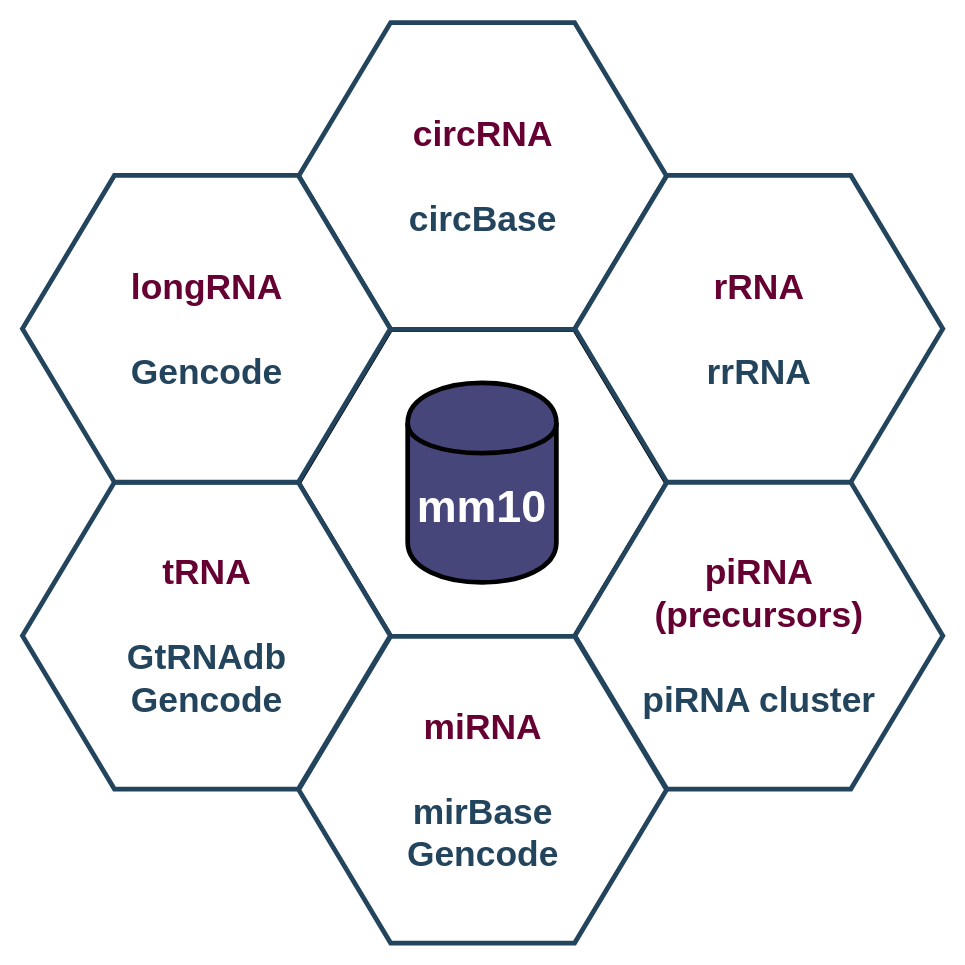
Above: references/posterBC2/draw.io/database.drawio in shortRNAhub/shortRNA (draw.io), before the change. Source tidied: cells renumbered, new cells numbered last; positions are measured from the earlier drawing's top-left corner, leaving out a move shared by most shapes. Both pictures are drawn from the tidied source at 118%, with x=0, y=0 at pixel (21, 22).
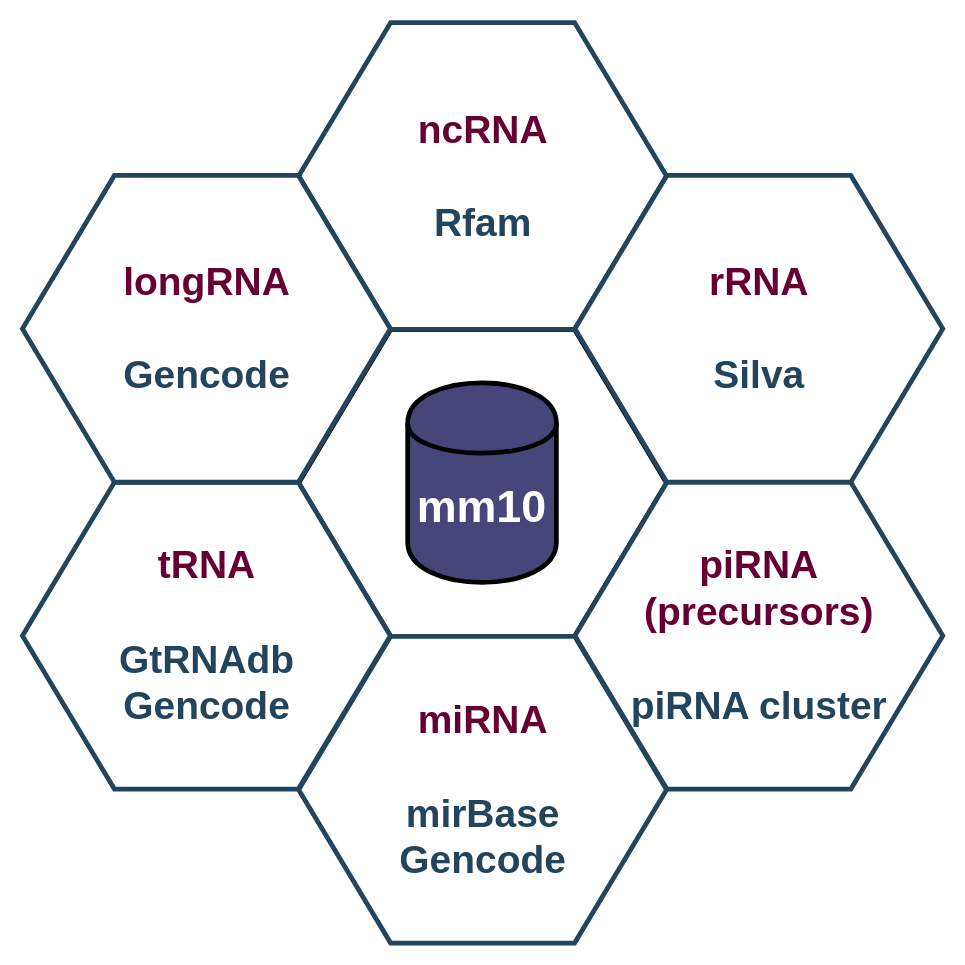
The same page after the edit.

The edit, as a diff of the source:
```diff
@@
 <mxGraphModel background="#ffffff">
   <root>
     <mxCell id="0" />
     <mxCell id="1" parent="0" />
-    <mxCell id="2" style="shape=hexagon;perimeter=hexagonPerimeter2;whiteSpace=wrap;html=1;shadow=0;labelBackgroundColor=none;fontFamily=Helvetica;fontSize=28;align=center;strokeWidth=4;fontStyle=1;" parent="1" vertex="1">
+    <mxCell id="2" style="shape=hexagon;perimeter=hexagonPerimeter2;whiteSpace=wrap;html=1;shadow=0;labelBackgroundColor=none;fontFamily=Helvetica;fontSize=33;align=center;strokeWidth=4;fontStyle=1;" parent="1" vertex="1">
       <mxGeometry x="234.6" y="259.8" width="311.8" height="259.9" as="geometry" />
     </mxCell>
-    <mxCell id="3" style="triangle;whiteSpace=wrap;html=1;shadow=0;labelBackgroundColor=none;strokeColor=none;fillColor=#FFFFFF;fontFamily=Helvetica;fontSize=28;fontColor=#23445d;align=center;rotation=90;gradientColor=none;flipV=1;flipH=1;opacity=20;strokeWidth=4;fontStyle=1;" parent="1" vertex="1">
+    <mxCell id="3" style="triangle;whiteSpace=wrap;html=1;shadow=0;labelBackgroundColor=none;strokeColor=none;fillColor=#FFFFFF;fontFamily=Helvetica;fontSize=33;fontColor=#23445d;align=center;rotation=90;gradientColor=none;flipV=1;flipH=1;opacity=20;strokeWidth=4;fontStyle=1;" parent="1" vertex="1">
       <mxGeometry x="115.5" y="277.7" width="72" height="152" as="geometry" />
     </mxCell>
-    <mxCell id="4" value="&lt;font style=&quot;font-size: 30px;&quot;&gt;&lt;font color=&quot;#660033&quot; style=&quot;font-size: 30px;&quot;&gt;circRNA&lt;/font&gt;&lt;br style=&quot;font-size: 30px;&quot;&gt;&lt;br style=&quot;font-size: 30px;&quot;&gt;circBase&lt;br style=&quot;font-size: 30px;&quot;&gt;&lt;/font&gt;" style="shape=hexagon;perimeter=hexagonPerimeter2;whiteSpace=wrap;html=1;shadow=0;labelBackgroundColor=none;strokeColor=#23445D;fillColor=#ffffff;gradientColor=none;fontFamily=Helvetica;fontSize=30;fontColor=#23445D;align=center;strokeWidth=4;fontStyle=1;" parent="1" vertex="1">
+    <mxCell id="4" value="&lt;font style=&quot;font-size: 33px;&quot;&gt;&lt;font color=&quot;#660033&quot; style=&quot;font-size: 33px;&quot;&gt;ncRNA&lt;/font&gt;&lt;br style=&quot;font-size: 33px;&quot;&gt;&lt;br style=&quot;font-size: 33px;&quot;&gt;Rfam&lt;br style=&quot;font-size: 33px;&quot;&gt;&lt;/font&gt;" style="shape=hexagon;perimeter=hexagonPerimeter2;whiteSpace=wrap;html=1;shadow=0;labelBackgroundColor=none;strokeColor=#23445D;fillColor=#ffffff;gradientColor=none;fontFamily=Helvetica;fontSize=33;fontColor=#23445D;align=center;strokeWidth=4;fontStyle=1;" parent="1" vertex="1">
       <mxGeometry x="234.6" y="-0.3" width="311.8" height="259.9" as="geometry" />
     </mxCell>
-    <mxCell id="5" value="&lt;font style=&quot;font-size: 30px;&quot;&gt;&lt;font color=&quot;#660033&quot; style=&quot;font-size: 30px;&quot;&gt;rRNA&lt;/font&gt;&lt;br style=&quot;font-size: 30px;&quot;&gt;&lt;br style=&quot;font-size: 30px;&quot;&gt;rrRNA&lt;br style=&quot;font-size: 30px;&quot;&gt;&lt;/font&gt;" style="shape=hexagon;perimeter=hexagonPerimeter2;whiteSpace=wrap;html=1;shadow=0;labelBackgroundColor=none;strokeColor=#23445D;fillColor=#FFFFFF;gradientColor=none;fontFamily=Helvetica;fontSize=30;fontColor=#23445d;align=center;strokeWidth=4;fontStyle=1;" parent="1" vertex="1">
+    <mxCell id="5" value="&lt;font style=&quot;font-size: 33px;&quot;&gt;&lt;font color=&quot;#660033&quot; style=&quot;font-size: 33px;&quot;&gt;rRNA&lt;/font&gt;&lt;br style=&quot;font-size: 33px;&quot;&gt;&lt;br style=&quot;font-size: 33px;&quot;&gt;Silva&lt;br style=&quot;font-size: 33px;&quot;&gt;&lt;/font&gt;" style="shape=hexagon;perimeter=hexagonPerimeter2;whiteSpace=wrap;html=1;shadow=0;labelBackgroundColor=none;strokeColor=#23445D;fillColor=#FFFFFF;gradientColor=none;fontFamily=Helvetica;fontSize=33;fontColor=#23445d;align=center;strokeWidth=4;fontStyle=1;" parent="1" vertex="1">
       <mxGeometry x="468.7" y="129.2" width="311.8" height="259.9" as="geometry" />
     </mxCell>
-    <mxCell id="6" value="&lt;font style=&quot;font-size: 30px&quot;&gt;&lt;font color=&quot;#660033&quot; style=&quot;font-size: 30px&quot;&gt;piRNA &lt;br&gt;(precursors)&lt;/font&gt;&lt;br style=&quot;font-size: 30px&quot;&gt;&lt;br style=&quot;font-size: 30px&quot;&gt;piRNA cluster&lt;br style=&quot;font-size: 30px&quot;&gt;&lt;/font&gt;" style="shape=hexagon;perimeter=hexagonPerimeter2;whiteSpace=wrap;html=1;shadow=0;labelBackgroundColor=none;strokeColor=#23445D;fillColor=#FFFFFF;gradientColor=none;fontFamily=Helvetica;fontSize=30;fontColor=#23445d;align=center;strokeWidth=4;fontStyle=1;" parent="1" vertex="1">
+    <mxCell id="6" value="&lt;font style=&quot;font-size: 33px;&quot;&gt;&lt;font color=&quot;#660033&quot; style=&quot;font-size: 33px;&quot;&gt;piRNA &lt;br style=&quot;font-size: 33px;&quot;&gt;(precursors)&lt;/font&gt;&lt;br style=&quot;font-size: 33px;&quot;&gt;&lt;br style=&quot;font-size: 33px;&quot;&gt;piRNA cluster&lt;br style=&quot;font-size: 33px;&quot;&gt;&lt;/font&gt;" style="shape=hexagon;perimeter=hexagonPerimeter2;whiteSpace=wrap;html=1;shadow=0;labelBackgroundColor=none;strokeColor=#23445D;fillColor=#FFFFFF;gradientColor=none;fontFamily=Helvetica;fontSize=33;fontColor=#23445d;align=center;strokeWidth=4;fontStyle=1;" parent="1" vertex="1">
       <mxGeometry x="468.7" y="389.3" width="311.8" height="259.9" as="geometry" />
     </mxCell>
-    <mxCell id="7" value="&lt;font color=&quot;#660033&quot; style=&quot;font-size: 30px;&quot;&gt;miRNA&lt;br style=&quot;font-size: 30px;&quot;&gt;&lt;/font&gt;&lt;br style=&quot;font-size: 30px;&quot;&gt;mirBase&lt;br style=&quot;font-size: 30px;&quot;&gt;Gencode" style="shape=hexagon;perimeter=hexagonPerimeter2;whiteSpace=wrap;html=1;shadow=0;labelBackgroundColor=none;strokeColor=#23445D;fillColor=#FFFFFF;gradientColor=none;fontFamily=Helvetica;fontSize=30;fontColor=#23445d;align=center;strokeWidth=4;fontStyle=1;" parent="1" vertex="1">
+    <mxCell id="7" value="&lt;font color=&quot;#660033&quot; style=&quot;font-size: 33px;&quot;&gt;miRNA&lt;br style=&quot;font-size: 33px;&quot;&gt;&lt;/font&gt;&lt;br style=&quot;font-size: 33px;&quot;&gt;mirBase&lt;br style=&quot;font-size: 33px;&quot;&gt;Gencode" style="shape=hexagon;perimeter=hexagonPerimeter2;whiteSpace=wrap;html=1;shadow=0;labelBackgroundColor=none;strokeColor=#23445D;fillColor=#FFFFFF;gradientColor=none;fontFamily=Helvetica;fontSize=33;fontColor=#23445d;align=center;strokeWidth=4;fontStyle=1;" parent="1" vertex="1">
       <mxGeometry x="234.6" y="519.8" width="311.8" height="259.9" as="geometry" />
     </mxCell>
-    <mxCell id="8" value="&lt;font color=&quot;#660033&quot; style=&quot;font-size: 30px;&quot;&gt;tRNA&lt;/font&gt;&lt;br style=&quot;font-size: 30px;&quot;&gt;&lt;br style=&quot;font-size: 30px;&quot;&gt;GtRNAdb&lt;br style=&quot;font-size: 30px;&quot;&gt;Gencode" style="shape=hexagon;perimeter=hexagonPerimeter2;whiteSpace=wrap;html=1;shadow=0;labelBackgroundColor=none;strokeColor=#23445D;fillColor=#FFFFFF;gradientColor=none;fontFamily=Helvetica;fontSize=30;fontColor=#23445d;align=center;strokeWidth=4;fontStyle=1;" parent="1" vertex="1">
+    <mxCell id="8" value="&lt;font color=&quot;#660033&quot; style=&quot;font-size: 33px;&quot;&gt;tRNA&lt;/font&gt;&lt;br style=&quot;font-size: 33px;&quot;&gt;&lt;br style=&quot;font-size: 33px;&quot;&gt;GtRNAdb&lt;br style=&quot;font-size: 33px;&quot;&gt;Gencode" style="shape=hexagon;perimeter=hexagonPerimeter2;whiteSpace=wrap;html=1;shadow=0;labelBackgroundColor=none;strokeColor=#23445D;fillColor=#FFFFFF;gradientColor=none;fontFamily=Helvetica;fontSize=33;fontColor=#23445d;align=center;strokeWidth=4;fontStyle=1;" parent="1" vertex="1">
       <mxGeometry x="0.5" y="389.3" width="311.8" height="259.9" as="geometry" />
     </mxCell>
-    <mxCell id="9" value="&lt;font style=&quot;font-size: 30px;&quot;&gt;&lt;font color=&quot;#660033&quot; style=&quot;font-size: 30px;&quot;&gt;longRNA&lt;/font&gt;&lt;br style=&quot;font-size: 30px;&quot;&gt;&lt;br style=&quot;font-size: 30px;&quot;&gt;Gencode&lt;br style=&quot;font-size: 30px;&quot;&gt;&lt;/font&gt;" style="shape=hexagon;perimeter=hexagonPerimeter2;whiteSpace=wrap;html=1;shadow=0;labelBackgroundColor=none;strokeColor=#23445D;fillColor=#ffffff;gradientColor=none;fontFamily=Helvetica;fontSize=30;fontColor=#23445D;align=center;strokeWidth=4;fontStyle=1;" parent="1" vertex="1">
+    <mxCell id="9" value="&lt;font style=&quot;font-size: 33px;&quot;&gt;&lt;font color=&quot;#660033&quot; style=&quot;font-size: 33px;&quot;&gt;longRNA&lt;/font&gt;&lt;br style=&quot;font-size: 33px;&quot;&gt;&lt;br style=&quot;font-size: 33px;&quot;&gt;Gencode&lt;br style=&quot;font-size: 33px;&quot;&gt;&lt;/font&gt;" style="shape=hexagon;perimeter=hexagonPerimeter2;whiteSpace=wrap;html=1;shadow=0;labelBackgroundColor=none;strokeColor=#23445D;fillColor=#ffffff;gradientColor=none;fontFamily=Helvetica;fontSize=33;fontColor=#23445D;align=center;strokeWidth=4;fontStyle=1;" parent="1" vertex="1">
       <mxGeometry x="0.5" y="129.2" width="311.8" height="259.9" as="geometry" />
     </mxCell>
-    <mxCell id="10" value="&lt;b&gt;&lt;font style=&quot;font-size: 38px&quot;&gt;mm10&lt;/font&gt;&lt;/b&gt;" style="shape=cylinder;whiteSpace=wrap;html=1;boundedLbl=1;backgroundOutline=1;strokeWidth=4;fontSize=28;fillColor=#46467A;strokeColor=#000000;gradientColor=none;fontColor=#FFFFFF;" parent="1" vertex="1">
+    <mxCell id="10" value="&lt;b&gt;&lt;font style=&quot;font-size: 38px&quot;&gt;mm10&lt;/font&gt;&lt;/b&gt;" style="shape=cylinder;whiteSpace=wrap;html=1;boundedLbl=1;backgroundOutline=1;strokeWidth=4;fontSize=33;fillColor=#46467A;strokeColor=#000000;gradientColor=none;fontColor=#FFFFFF;" parent="1" vertex="1">
       <mxGeometry x="327" y="305" width="126" height="169" as="geometry" />
     </mxCell>
   </root>
 </mxGraphModel>
```
